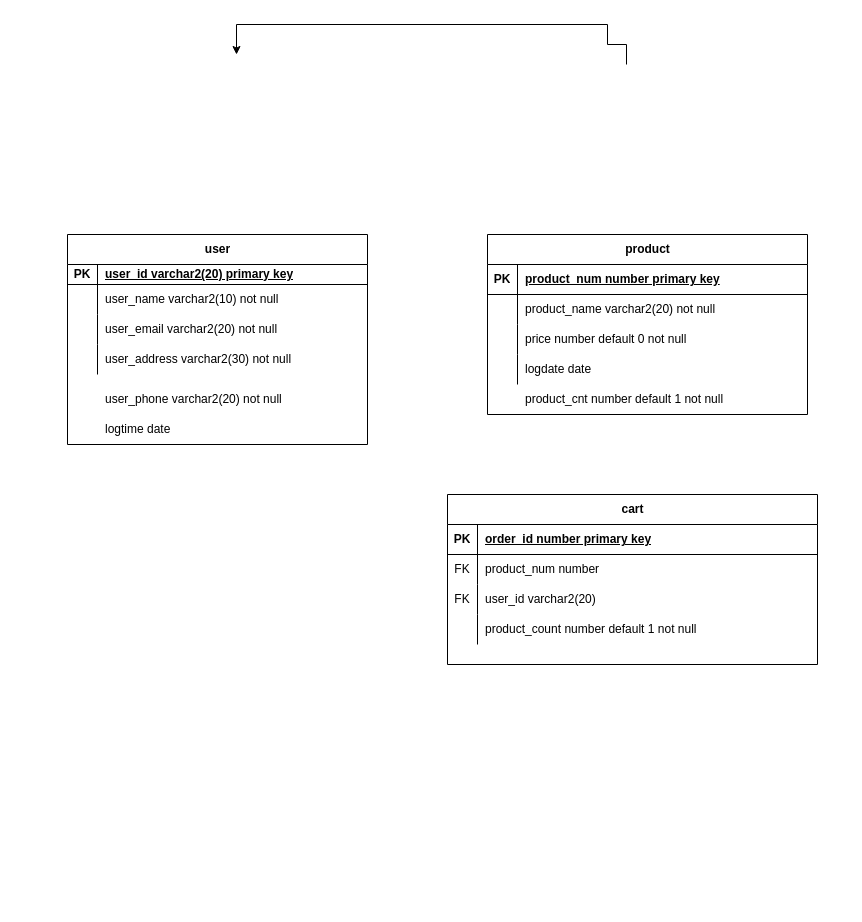
Above: 제목 없는 다이어그램.drawio in jjh319/Homework (draw.io), before the change. Source tidied: cells renumbered, new cells numbered last; positions are measured from the earlier drawing's top-left corner, leaving out a move shared by most shapes. Both pictures are drawn from the tidied source at 100%, with x=0, y=0 at pixel (67, 24).
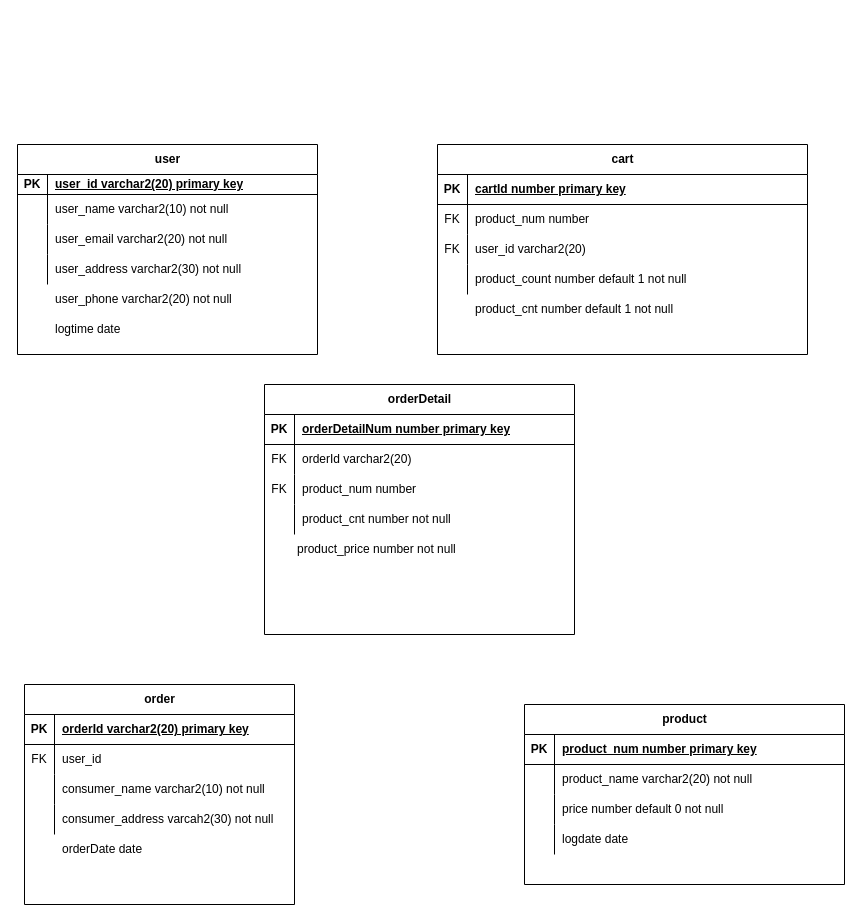
The same page after the edit.

Commit message:
제목 없는 다이어그램.drawio 업데이트

The change refers to these unchanged cells:
```xml
<mxCell id="29" style="shape=tableRow;horizontal=0;startSize=0;swimlaneHead=0;swimlaneBody=0;fillColor=none;top=0;left=0;right=0;bottom=0;" parent="1" vertex="1">
  <mxGeometry y="360" width="300" height="30" as="geometry" />
</mxCell>
<mxCell id="32" style="shape=tableRow;horizontal=0;startSize=0;swimlaneHead=0;swimlaneBody=0;fillColor=none;top=0;left=0;right=0;bottom=0;" parent="1" vertex="1">
  <mxGeometry y="390" width="300" height="30" as="geometry" />
</mxCell>
<mxCell id="36" style="shape=tableRow;horizontal=0;startSize=0;swimlaneHead=0;swimlaneBody=0;fillColor=none;top=0;left=0;right=0;bottom=1;" parent="35" vertex="1">
  <mxGeometry y="30" width="370" height="30" as="geometry" />
</mxCell>
```

Change to the diagram source:
```diff
@@
-    <mxCell id="2" style="edgeStyle=orthogonalEdgeStyle;rounded=0;orthogonalLoop=1;jettySize=auto;html=1;entryX=0.5;entryY=0;entryDx=0;entryDy=0;" parent="1" edge="1">
-      <mxGeometry relative="1" as="geometry">
-        <mxPoint x="559" y="40" as="sourcePoint" />
-        <mxPoint x="169" y="30" as="targetPoint" />
-        <Array as="points">
-          <mxPoint x="559" y="20" />
-          <mxPoint x="540" y="20" />
-          <mxPoint x="540" />
-          <mxPoint x="169" />
-        </Array>
-      </mxGeometry>
-    </mxCell>
     <mxCell id="3" value="product" style="shape=table;startSize=30;childLayout=tableLayout;rowLines=0;fontStyle=1;align=center;html=1;" parent="1" vertex="1">
-      <mxGeometry x="420" y="210" width="320" height="180" as="geometry" />
+      <mxGeometry x="457" y="680" width="320" height="180" as="geometry" />
     </mxCell>
@@
     <mxCell id="16" value="user" style="shape=table;startSize=30;childLayout=tableLayout;rowLines=0;fontStyle=1;align=center;html=1;" parent="1" vertex="1">
-      <mxGeometry y="210" width="300" height="210" as="geometry" />
+      <mxGeometry x="-50" y="120" width="300" height="210" as="geometry" />
     </mxCell>
@@
-    <mxCell id="31" value="user_phone varchar2(20) not null" style="shape=partialRectangle;fillColor=none;top=0;left=0;bottom=0;right=0;align=left;spacingLeft=6;overflow=hidden;whiteSpace=wrap;html=1;" parent="29" vertex="1">
-      <mxGeometry x="30" width="270" height="30" as="geometry" />
-    </mxCell>
@@
-    <mxCell id="34" value="logtime date" style="shape=partialRectangle;fillColor=none;top=0;left=0;bottom=0;right=0;align=left;spacingLeft=6;overflow=hidden;whiteSpace=wrap;html=1;" parent="32" vertex="1">
-      <mxGeometry x="30" width="270" height="30" as="geometry" />
-    </mxCell>
     <mxCell id="35" value="cart" style="shape=table;startSize=30;childLayout=tableLayout;rowLines=0;fontStyle=1;align=center;html=1;" parent="1" vertex="1">
-      <mxGeometry x="380" y="470" width="370" height="170" as="geometry" />
+      <mxGeometry x="370" y="120" width="370" height="210" as="geometry" />
     </mxCell>
@@
-    <mxCell id="38" value="order_id number primary key" style="shape=partialRectangle;fillColor=none;top=0;left=0;bottom=0;right=0;align=left;spacingLeft=6;fontStyle=5;overflow=hidden;whiteSpace=wrap;html=1;" parent="36" vertex="1">
+    <mxCell id="38" value="cartId number primary key" style="shape=partialRectangle;fillColor=none;top=0;left=0;bottom=0;right=0;align=left;spacingLeft=6;fontStyle=5;overflow=hidden;whiteSpace=wrap;html=1;" parent="36" vertex="1">
       <mxGeometry x="30" width="340" height="30" as="geometry" />
     </mxCell>
@@
     <mxCell id="48" value="product_cnt number default 1 not null" style="shape=partialRectangle;fillColor=none;top=0;left=0;bottom=0;right=0;align=left;spacingLeft=6;overflow=hidden;whiteSpace=wrap;html=1;" parent="1" vertex="1">
-      <mxGeometry x="450" y="360" width="290" height="30" as="geometry" />
+      <mxGeometry x="400" y="270" width="290" height="30" as="geometry" />
     </mxCell>
+    <mxCell id="49" value="order" style="shape=table;startSize=30;childLayout=tableLayout;rowLines=0;fontStyle=1;align=center;html=1;" parent="1" vertex="1">
+      <mxGeometry x="-43" y="660" width="270" height="220" as="geometry" />
+    </mxCell>
+    <mxCell id="50" style="shape=tableRow;horizontal=0;startSize=0;swimlaneHead=0;swimlaneBody=0;fillColor=none;top=0;left=0;right=0;bottom=1;" parent="49" vertex="1">
+      <mxGeometry y="30" width="270" height="30" as="geometry" />
+    </mxCell>
+    <mxCell id="51" value="PK" style="shape=partialRectangle;fillColor=none;top=0;left=0;bottom=0;right=0;fontStyle=1;overflow=hidden;whiteSpace=wrap;html=1;" parent="50" vertex="1">
+      <mxGeometry width="30" height="30" as="geometry" />
+    </mxCell>
+    <mxCell id="52" value="orderId varchar2(20) primary key" style="shape=partialRectangle;fillColor=none;top=0;left=0;bottom=0;right=0;align=left;spacingLeft=6;fontStyle=5;overflow=hidden;whiteSpace=wrap;html=1;" parent="50" vertex="1">
+      <mxGeometry x="30" width="240" height="30" as="geometry" />
+    </mxCell>
+    <mxCell id="53" style="shape=tableRow;horizontal=0;startSize=0;swimlaneHead=0;swimlaneBody=0;fillColor=none;top=0;left=0;right=0;bottom=0;" parent="49" vertex="1">
+      <mxGeometry y="60" width="270" height="30" as="geometry" />
+    </mxCell>
+    <mxCell id="54" value="FK" style="shape=partialRectangle;fillColor=none;top=0;left=0;bottom=0;right=0;overflow=hidden;whiteSpace=wrap;html=1;" parent="53" vertex="1">
+      <mxGeometry width="30" height="30" as="geometry" />
+    </mxCell>
+    <mxCell id="55" value="user_id" style="shape=partialRectangle;fillColor=none;top=0;left=0;bottom=0;right=0;align=left;spacingLeft=6;overflow=hidden;whiteSpace=wrap;html=1;" parent="53" vertex="1">
+      <mxGeometry x="30" width="240" height="30" as="geometry" />
+    </mxCell>
+    <mxCell id="56" style="shape=tableRow;horizontal=0;startSize=0;swimlaneHead=0;swimlaneBody=0;fillColor=none;top=0;left=0;right=0;bottom=0;" parent="49" vertex="1">
+      <mxGeometry y="90" width="270" height="30" as="geometry" />
+    </mxCell>
+    <mxCell id="57" style="shape=partialRectangle;fillColor=none;top=0;left=0;bottom=0;right=0;overflow=hidden;whiteSpace=wrap;html=1;" parent="56" vertex="1">
+      <mxGeometry width="30" height="30" as="geometry" />
+    </mxCell>
+    <mxCell id="58" value="consumer_name varchar2(10) not null" style="shape=partialRectangle;fillColor=none;top=0;left=0;bottom=0;right=0;align=left;spacingLeft=6;overflow=hidden;whiteSpace=wrap;html=1;" parent="56" vertex="1">
+      <mxGeometry x="30" width="240" height="30" as="geometry" />
+    </mxCell>
+    <mxCell id="59" style="shape=tableRow;horizontal=0;startSize=0;swimlaneHead=0;swimlaneBody=0;fillColor=none;top=0;left=0;right=0;bottom=0;" parent="49" vertex="1">
+      <mxGeometry y="120" width="270" height="30" as="geometry" />
+    </mxCell>
+    <mxCell id="60" style="shape=partialRectangle;fillColor=none;top=0;left=0;bottom=0;right=0;overflow=hidden;whiteSpace=wrap;html=1;" parent="59" vertex="1">
+      <mxGeometry width="30" height="30" as="geometry" />
+    </mxCell>
+    <mxCell id="61" value="consumer_address varcah2(30) not null" style="shape=partialRectangle;fillColor=none;top=0;left=0;bottom=0;right=0;align=left;spacingLeft=6;overflow=hidden;whiteSpace=wrap;html=1;" parent="59" vertex="1">
+      <mxGeometry x="30" width="240" height="30" as="geometry" />
+    </mxCell>
+    <mxCell id="62" value="orderDetail" style="shape=table;startSize=30;childLayout=tableLayout;rowLines=0;fontStyle=1;align=center;html=1;" parent="1" vertex="1">
+      <mxGeometry x="197" y="360" width="310" height="250" as="geometry" />
+    </mxCell>
+    <mxCell id="63" style="shape=tableRow;horizontal=0;startSize=0;swimlaneHead=0;swimlaneBody=0;fillColor=none;top=0;left=0;right=0;bottom=1;" parent="62" vertex="1">
+      <mxGeometry y="30" width="310" height="30" as="geometry" />
+    </mxCell>
+    <mxCell id="64" value="PK" style="shape=partialRectangle;fillColor=none;top=0;left=0;bottom=0;right=0;fontStyle=1;overflow=hidden;whiteSpace=wrap;html=1;" parent="63" vertex="1">
+      <mxGeometry width="30" height="30" as="geometry" />
+    </mxCell>
+    <mxCell id="65" value="orderDetailNum number primary key" style="shape=partialRectangle;fillColor=none;top=0;left=0;bottom=0;right=0;align=left;spacingLeft=6;fontStyle=5;overflow=hidden;whiteSpace=wrap;html=1;" parent="63" vertex="1">
+      <mxGeometry x="30" width="280" height="30" as="geometry" />
+    </mxCell>
+    <mxCell id="66" style="shape=tableRow;horizontal=0;startSize=0;swimlaneHead=0;swimlaneBody=0;fillColor=none;top=0;left=0;right=0;bottom=0;" parent="62" vertex="1">
+      <mxGeometry y="60" width="310" height="30" as="geometry" />
+    </mxCell>
+    <mxCell id="67" value="FK" style="shape=partialRectangle;fillColor=none;top=0;left=0;bottom=0;right=0;overflow=hidden;whiteSpace=wrap;html=1;" parent="66" vertex="1">
+      <mxGeometry width="30" height="30" as="geometry" />
+    </mxCell>
+    <mxCell id="68" value="orderId varchar2(20)" style="shape=partialRectangle;fillColor=none;top=0;left=0;bottom=0;right=0;align=left;spacingLeft=6;overflow=hidden;whiteSpace=wrap;html=1;" parent="66" vertex="1">
+      <mxGeometry x="30" width="280" height="30" as="geometry" />
+    </mxCell>
+    <mxCell id="69" style="shape=tableRow;horizontal=0;startSize=0;swimlaneHead=0;swimlaneBody=0;fillColor=none;top=0;left=0;right=0;bottom=0;" parent="62" vertex="1">
+      <mxGeometry y="90" width="310" height="30" as="geometry" />
+    </mxCell>
+    <mxCell id="70" value="FK" style="shape=partialRectangle;fillColor=none;top=0;left=0;bottom=0;right=0;overflow=hidden;whiteSpace=wrap;html=1;" parent="69" vertex="1">
+      <mxGeometry width="30" height="30" as="geometry" />
+    </mxCell>
+    <mxCell id="71" value="product_num number" style="shape=partialRectangle;fillColor=none;top=0;left=0;bottom=0;right=0;align=left;spacingLeft=6;overflow=hidden;whiteSpace=wrap;html=1;" parent="69" vertex="1">
+      <mxGeometry x="30" width="280" height="30" as="geometry" />
+    </mxCell>
+    <mxCell id="72" style="shape=tableRow;horizontal=0;startSize=0;swimlaneHead=0;swimlaneBody=0;fillColor=none;top=0;left=0;right=0;bottom=0;" parent="62" vertex="1">
+      <mxGeometry y="120" width="310" height="30" as="geometry" />
+    </mxCell>
+    <mxCell id="73" style="shape=partialRectangle;fillColor=none;top=0;left=0;bottom=0;right=0;overflow=hidden;whiteSpace=wrap;html=1;" parent="72" vertex="1">
+      <mxGeometry width="30" height="30" as="geometry" />
+    </mxCell>
+    <mxCell id="74" value="product_cnt number not null" style="shape=partialRectangle;fillColor=none;top=0;left=0;bottom=0;right=0;align=left;spacingLeft=6;overflow=hidden;whiteSpace=wrap;html=1;" parent="72" vertex="1">
+      <mxGeometry x="30" width="280" height="30" as="geometry" />
+    </mxCell>
+    <mxCell id="75" style="shape=tableRow;horizontal=0;startSize=0;swimlaneHead=0;swimlaneBody=0;fillColor=none;top=0;left=0;right=0;bottom=0;" parent="1" vertex="1">
+      <mxGeometry x="207" y="520" width="310" height="30" as="geometry" />
+    </mxCell>
+    <mxCell id="76" style="shape=partialRectangle;fillColor=none;top=0;left=0;bottom=0;right=0;overflow=hidden;whiteSpace=wrap;html=1;" parent="75" vertex="1">
+      <mxGeometry width="30" height="30" as="geometry" />
+    </mxCell>
+    <mxCell id="77" value="product_price number not null" style="shape=partialRectangle;fillColor=none;top=0;left=0;bottom=0;right=0;align=left;spacingLeft=6;overflow=hidden;whiteSpace=wrap;html=1;" parent="75" vertex="1">
+      <mxGeometry x="15" y="-10" width="280" height="30" as="geometry" />
+    </mxCell>
+    <mxCell id="78" value="orderDate date" style="shape=partialRectangle;fillColor=none;top=0;left=0;bottom=0;right=0;align=left;spacingLeft=6;overflow=hidden;whiteSpace=wrap;html=1;" parent="1" vertex="1">
+      <mxGeometry x="-13" y="810" width="240" height="30" as="geometry" />
+    </mxCell>
+    <mxCell id="31" value="user_phone varchar2(20) not null" style="shape=partialRectangle;fillColor=none;top=0;left=0;bottom=0;right=0;align=left;spacingLeft=6;overflow=hidden;whiteSpace=wrap;html=1;" parent="1" vertex="1">
+      <mxGeometry x="-20" y="260" width="270" height="30" as="geometry" />
+    </mxCell>
+    <mxCell id="34" value="logtime date" style="shape=partialRectangle;fillColor=none;top=0;left=0;bottom=0;right=0;align=left;spacingLeft=6;overflow=hidden;whiteSpace=wrap;html=1;" parent="1" vertex="1">
+      <mxGeometry x="-20" y="290" width="270" height="30" as="geometry" />
+    </mxCell>
```
